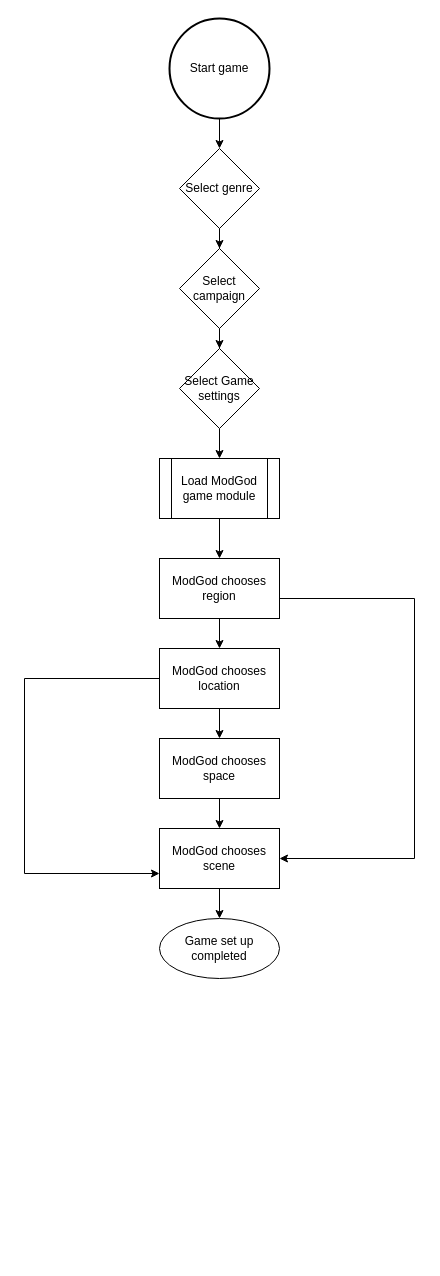
The draw.io diagram Phase2/Flowcharts/modgodToolset/ModGod/ModGodSceneCreation.drawio in RPG-Research/bcirpg, before the edit. Source tidied: cells renumbered, new cells numbered last; positions are measured from the earlier drawing's top-left corner, leaving out a move shared by most shapes. Both pictures are drawn from the tidied source at 100%, with x=0, y=0 at pixel (24, 18).
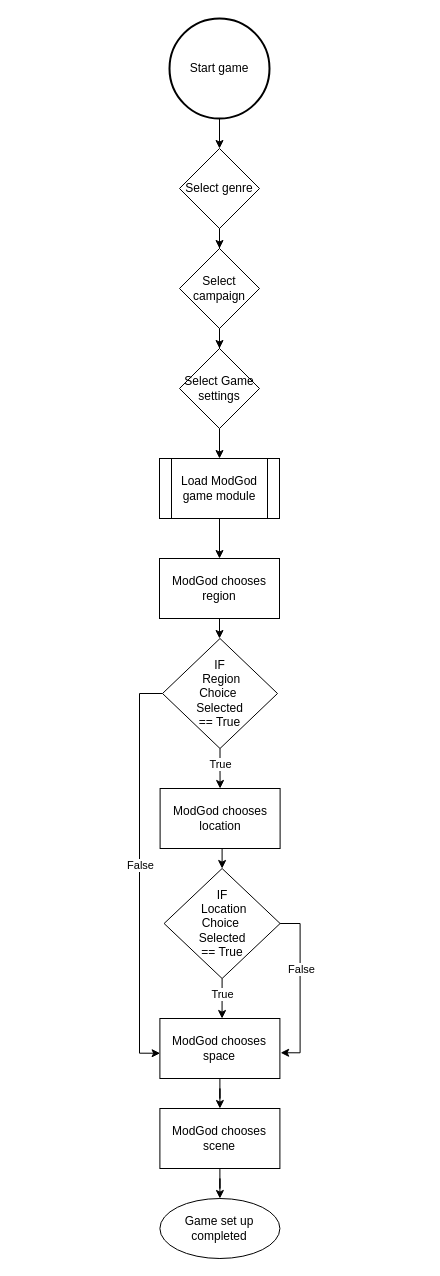
After the change.

Commit message (it also covers changes not shown here):
Did some work to the mod god scene creation flowchart.

The change refers to these unchanged cells:
```xml
<mxCell id="11" value="Load ModGod game module" style="shape=process;whiteSpace=wrap;html=1;backgroundOutline=1;" parent="1" vertex="1">
  <mxGeometry x="135" y="440" width="120" height="60" as="geometry" />
</mxCell>
<mxCell id="14" value="ModGod chooses region" style="rounded=0;whiteSpace=wrap;html=1;" parent="1" vertex="1">
  <mxGeometry x="135" y="540" width="120" height="60" as="geometry" />
</mxCell>
```

Change to the diagram source:
```diff
@@
-    <mxCell id="10" style="edgeStyle=orthogonalEdgeStyle;rounded=0;jettySize=auto;html=1;" parent="1" edge="1" source="11" target="14">
+    <mxCell id="10" style="edgeStyle=orthogonalEdgeStyle;rounded=0;jettySize=auto;html=1;exitX=0.5;exitY=1;exitDx=0;exitDy=0;entryX=0.5;entryY=0;entryDx=0;entryDy=0;" parent="1" edge="1" source="11" target="14">
       <mxGeometry relative="1" as="geometry" />
     </mxCell>
@@
-    <mxCell id="12" style="edgeStyle=orthogonalEdgeStyle;rounded=0;jettySize=auto;html=1;" parent="1" edge="1" source="14" target="21">
-      <mxGeometry relative="1" as="geometry" />
-    </mxCell>
-    <mxCell id="13" style="edgeStyle=orthogonalEdgeStyle;rounded=0;jettySize=auto;html=1;entryX=1;entryY=0.5;entryDx=0;entryDy=0;" parent="1" edge="1" source="14" target="18">
-      <mxGeometry relative="1" as="geometry">
-        <Array as="points">
-          <mxPoint x="390" y="580" />
-          <mxPoint x="390" y="840" />
-        </Array>
-      </mxGeometry>
-    </mxCell>
+    <mxCell id="23" style="edgeStyle=orthogonalEdgeStyle;rounded=0;jettySize=auto;html=1;entryX=0.5;entryY=0;entryDx=0;entryDy=0;" parent="1" edge="1" source="14" target="28">
+      <mxGeometry relative="1" as="geometry" />
+    </mxCell>
@@
     <mxCell id="16" value="ModGod chooses space" style="rounded=0;whiteSpace=wrap;html=1;" parent="1" vertex="1">
-      <mxGeometry x="135" y="720" width="120" height="60" as="geometry" />
+      <mxGeometry x="135.4" y="1000" width="120" height="60" as="geometry" />
     </mxCell>
@@
     <mxCell id="18" value="ModGod chooses scene" style="rounded=0;whiteSpace=wrap;html=1;" parent="1" vertex="1">
-      <mxGeometry x="135" y="810" width="120" height="60" as="geometry" />
+      <mxGeometry x="135.4" y="1090" width="120" height="60" as="geometry" />
     </mxCell>
-    <mxCell id="19" style="edgeStyle=orthogonalEdgeStyle;rounded=0;jettySize=auto;html=1;" parent="1" edge="1" source="21" target="16">
-      <mxGeometry relative="1" as="geometry" />
-    </mxCell>
-    <mxCell id="20" style="edgeStyle=orthogonalEdgeStyle;rounded=0;jettySize=auto;html=1;entryX=0;entryY=0.75;entryDx=0;entryDy=0;" parent="1" edge="1" source="21" target="18">
-      <mxGeometry relative="1" as="geometry">
-        <Array as="points">
-          <mxPoint y="660" />
-          <mxPoint y="855" />
-        </Array>
-      </mxGeometry>
-    </mxCell>
+    <mxCell id="22" value="Game set up completed" style="ellipse;whiteSpace=wrap;html=1;rounded=0;" parent="1" vertex="1">
+      <mxGeometry x="135.4" y="1180" width="120" height="60" as="geometry" />
+    </mxCell>
+    <mxCell id="24" style="edgeStyle=orthogonalEdgeStyle;rounded=0;jettySize=auto;html=1;exitX=0.5;exitY=1;exitDx=0;exitDy=0;entryX=0.5;entryY=0;entryDx=0;entryDy=0;" parent="1" edge="1" source="28" target="21">
+      <mxGeometry relative="1" as="geometry" />
+    </mxCell>
+    <mxCell id="25" value="True" style="edgeLabel;html=1;align=center;verticalAlign=middle;" parent="24" vertex="1">
+      <mxGeometry x="-0.27" relative="1" as="geometry" />
+    </mxCell>
+    <mxCell id="26" style="edgeStyle=orthogonalEdgeStyle;rounded=0;jettySize=auto;html=1;entryX=0.002;entryY=0.579;entryDx=0;entryDy=0;entryPerimeter=0;" parent="1" edge="1" source="28" target="16">
+      <mxGeometry relative="1" as="geometry">
+        <Array as="points">
+          <mxPoint x="115" y="675" />
+          <mxPoint x="115" y="1035" />
+        </Array>
+      </mxGeometry>
+    </mxCell>
+    <mxCell id="27" value="False" style="edgeLabel;html=1;align=center;verticalAlign=middle;" parent="26" vertex="1">
+      <mxGeometry x="-0.04" relative="1" as="geometry" />
+    </mxCell>
+    <mxCell id="28" value="IF&lt;br&gt;&amp;nbsp;Region&lt;br&gt;Choice&amp;nbsp;&lt;br&gt;Selected&lt;br&gt;== True" style="rhombus;whiteSpace=wrap;html=1;" parent="1" vertex="1">
+      <mxGeometry x="138" y="620" width="115" height="110" as="geometry" />
+    </mxCell>
+    <mxCell id="29" style="edgeStyle=orthogonalEdgeStyle;rounded=0;jettySize=auto;html=1;exitX=0.5;exitY=1;exitDx=0;exitDy=0;entryX=0.5;entryY=0;entryDx=0;entryDy=0;" parent="1" edge="1" source="21" target="34">
+      <mxGeometry relative="1" as="geometry" />
+    </mxCell>
     <mxCell id="21" value="ModGod chooses location" style="rounded=0;whiteSpace=wrap;html=1;" parent="1" vertex="1">
-      <mxGeometry x="135" y="630" width="120" height="60" as="geometry" />
+      <mxGeometry x="135.6" y="770" width="120" height="60" as="geometry" />
     </mxCell>
-    <mxCell id="22" value="Game set up completed" style="ellipse;whiteSpace=wrap;html=1;rounded=0;" parent="1" vertex="1">
-      <mxGeometry x="135" y="900" width="120" height="60" as="geometry" />
-    </mxCell>
+    <mxCell id="30" style="edgeStyle=orthogonalEdgeStyle;rounded=0;jettySize=auto;html=1;exitX=0.5;exitY=1;exitDx=0;exitDy=0;entryX=0.518;entryY=0;entryDx=0;entryDy=0;entryPerimeter=0;" parent="1" edge="1" source="34" target="16">
+      <mxGeometry relative="1" as="geometry" />
+    </mxCell>
+    <mxCell id="31" value="True" style="edgeLabel;html=1;align=center;verticalAlign=middle;" parent="30" vertex="1">
+      <mxGeometry x="-0.18" relative="1" as="geometry" />
+    </mxCell>
+    <mxCell id="32" style="edgeStyle=orthogonalEdgeStyle;rounded=0;jettySize=auto;html=1;exitX=1;exitY=0.5;exitDx=0;exitDy=0;entryX=1.006;entryY=0.571;entryDx=0;entryDy=0;entryPerimeter=0;" parent="1" edge="1" source="34" target="16">
+      <mxGeometry relative="1" as="geometry" />
+    </mxCell>
+    <mxCell id="33" value="False" style="edgeLabel;html=1;align=center;verticalAlign=middle;" parent="32" vertex="1">
+      <mxGeometry x="-0.23" y="1" relative="1" as="geometry" />
+    </mxCell>
+    <mxCell id="34" value="IF&lt;br&gt;&amp;nbsp;Location&lt;br&gt;Choice&amp;nbsp;&lt;br&gt;Selected&lt;br&gt;== True" style="rhombus;whiteSpace=wrap;html=1;" parent="1" vertex="1">
+      <mxGeometry x="139.6" y="850" width="116" height="110" as="geometry" />
+    </mxCell>
```
